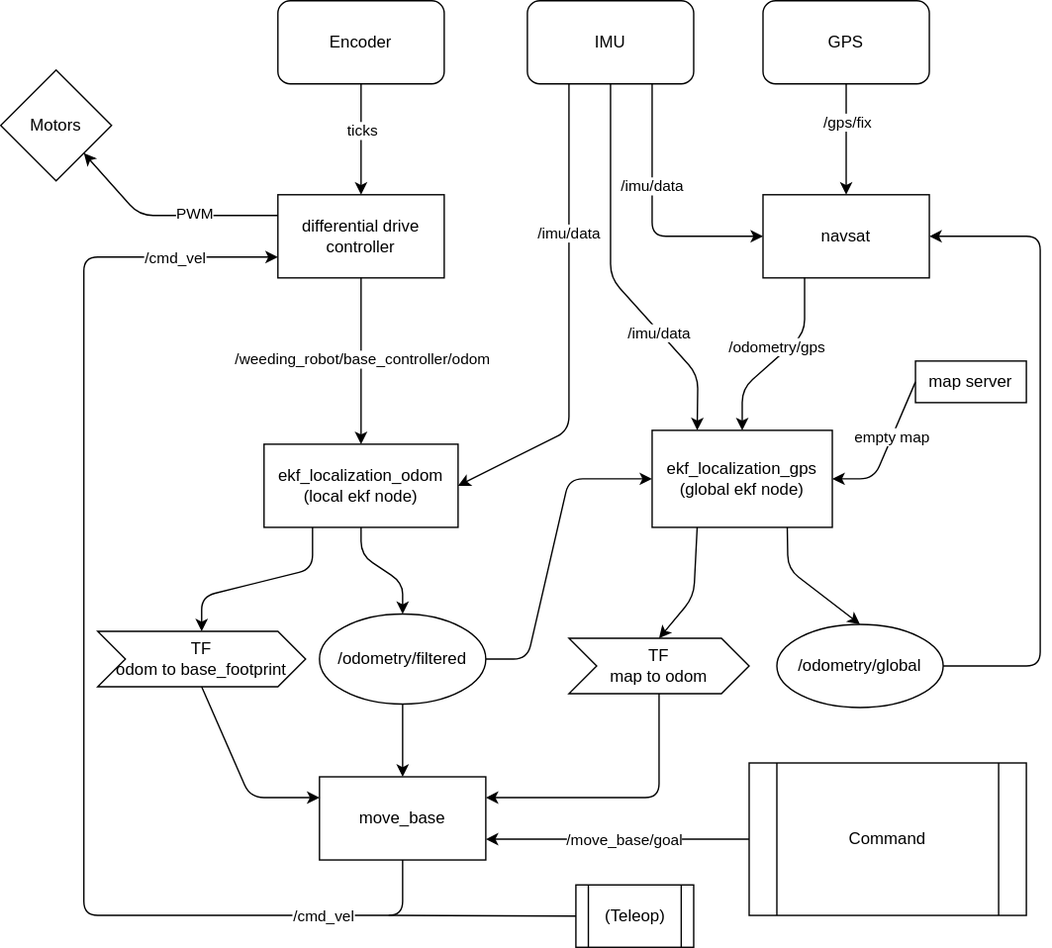
Earlier version of the draw.io export weeding_robot_description/pictures/Software_structure.svg (hank880907/weeding-robot). Source tidied: cells renumbered, new cells last; positions are measured from the earlier drawing's top-left corner, leaving out a move shared by most shapes.
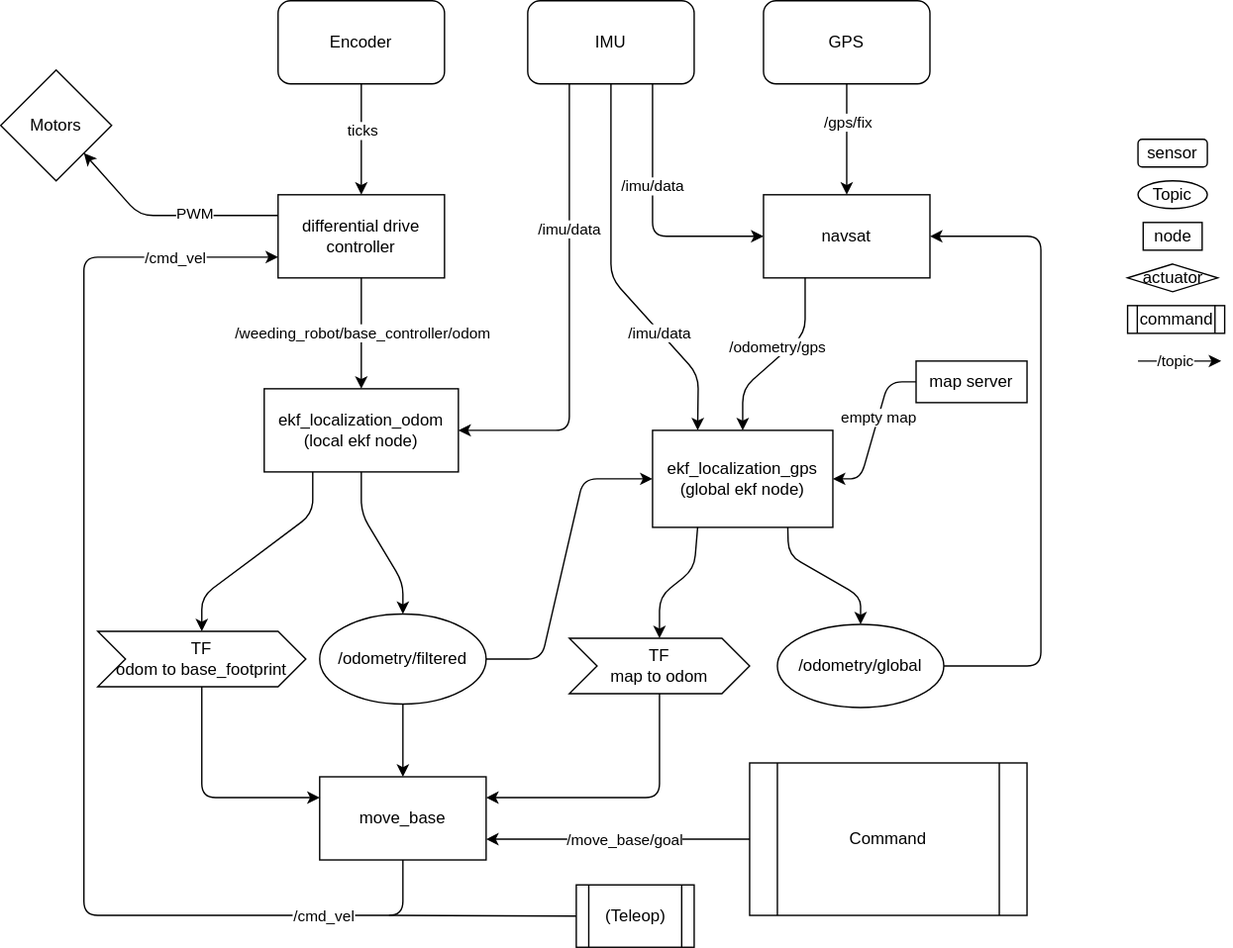
Later version of the same file.

Diff of the diagram source:
```diff
@@ -44,8 +44,8 @@
     <mxCell id="13" value="/gps/fix" style="edgeLabel;html=1;align=center;verticalAlign=middle;" parent="12" vertex="1">
       <mxGeometry x="-0.33" relative="1" as="geometry" />
     </mxCell>
-    <mxCell id="14" value="ekf_localization_odom&lt;br&gt;(local ekf node)" style="rounded=0;whiteSpace=wrap;html=1;" parent="1" vertex="1">
-      <mxGeometry x="190" y="320" width="140" height="60" as="geometry" />
+    <mxCell id="14" value="ekf_localization_odom&lt;br&gt;(local ekf node)" style="rounded=0;whiteSpace=wrap;html=1;fillColor=#FFFFFF;" parent="1" vertex="1">
+      <mxGeometry x="190" y="280" width="140" height="60" as="geometry" />
     </mxCell>
     <mxCell id="15" style="endArrow=classic;html=1;exitX=0.5;exitY=1;exitDx=0;exitDy=0;" parent="1" edge="1" source="5" target="14">
       <mxGeometry relative="1" as="geometry" />
@@ -78,7 +78,7 @@
     <mxCell id="21" style="endArrow=classic;html=1;exitX=0.5;exitY=1;exitDx=0;exitDy=0;entryX=0.5;entryY=0;entryDx=0;entryDy=0;" parent="1" edge="1" source="14" target="38">
       <mxGeometry relative="1" as="geometry">
         <Array as="points">
-          <mxPoint x="260" y="400" />
+          <mxPoint x="260" y="370" />
           <mxPoint x="290" y="420" />
         </Array>
       </mxGeometry>
@@ -89,7 +89,8 @@
     <mxCell id="23" style="endArrow=classic;html=1;exitX=0.75;exitY=1;exitDx=0;exitDy=0;entryX=0.5;entryY=0;entryDx=0;entryDy=0;" parent="1" edge="1" source="22" target="34">
       <mxGeometry relative="1" as="geometry">
         <Array as="points">
-          <mxPoint x="568" y="410" />
+          <mxPoint x="568" y="400" />
+          <mxPoint x="620" y="430" />
         </Array>
       </mxGeometry>
     </mxCell>
@@ -122,8 +123,8 @@
     <mxCell id="28" style="endArrow=classic;html=1;exitX=1;exitY=0.5;exitDx=0;exitDy=0;entryX=0;entryY=0.5;entryDx=0;entryDy=0;" parent="1" edge="1" source="38" target="22">
       <mxGeometry relative="1" as="geometry">
         <Array as="points">
-          <mxPoint x="380" y="475" />
-          <mxPoint x="410" y="345" />
+          <mxPoint x="390" y="475" />
+          <mxPoint x="420" y="345" />
         </Array>
       </mxGeometry>
     </mxCell>
@@ -153,7 +154,8 @@
     <mxCell id="35" style="endArrow=classic;html=1;exitX=0.25;exitY=1;exitDx=0;exitDy=0;entryX=0.5;entryY=0;entryDx=0;entryDy=0;" parent="1" edge="1" source="22" target="33">
       <mxGeometry relative="1" as="geometry">
         <Array as="points">
-          <mxPoint x="500" y="430" />
+          <mxPoint x="500" y="410" />
+          <mxPoint x="475" y="430" />
         </Array>
       </mxGeometry>
     </mxCell>
@@ -163,7 +165,7 @@
     <mxCell id="37" style="endArrow=classic;html=1;exitX=0.25;exitY=1;exitDx=0;exitDy=0;entryX=0.5;entryY=0;entryDx=0;entryDy=0;" parent="1" edge="1" source="14" target="36">
       <mxGeometry relative="1" as="geometry">
         <Array as="points">
-          <mxPoint x="225" y="410" />
+          <mxPoint x="225" y="370" />
           <mxPoint x="145" y="430" />
         </Array>
       </mxGeometry>
@@ -174,7 +176,7 @@
     <mxCell id="39" style="endArrow=classic;html=1;exitX=0.5;exitY=1;exitDx=0;exitDy=0;entryX=0;entryY=0.25;entryDx=0;entryDy=0;" parent="1" edge="1" source="36" target="32">
       <mxGeometry relative="1" as="geometry">
         <Array as="points">
-          <mxPoint x="180" y="575" />
+          <mxPoint x="145" y="575" />
         </Array>
       </mxGeometry>
     </mxCell>
@@ -222,7 +224,8 @@
     <mxCell id="49" style="endArrow=classic;html=1;entryX=1;entryY=0.5;entryDx=0;entryDy=0;exitX=0;exitY=0.5;exitDx=0;exitDy=0;" parent="1" edge="1" source="29" target="22">
       <mxGeometry relative="1" as="geometry">
         <Array as="points">
-          <mxPoint x="630" y="345" />
+          <mxPoint x="640" y="275" />
+          <mxPoint x="620" y="345" />
         </Array>
       </mxGeometry>
     </mxCell>
@@ -231,5 +234,29 @@
         <mxPoint y="-4.8" as="offset" />
       </mxGeometry>
     </mxCell>
+    <mxCell id="51" value="Topic" style="ellipse;whiteSpace=wrap;html=1;fillColor=#FFFFFF;" parent="1" vertex="1">
+      <mxGeometry x="820" y="130" width="50" height="20" as="geometry" />
+    </mxCell>
+    <mxCell id="52" value="node" style="rounded=0;whiteSpace=wrap;html=1;fillColor=#FFFFFF;" parent="1" vertex="1">
+      <mxGeometry x="823.8" y="160" width="42.5" height="20" as="geometry" />
+    </mxCell>
+    <mxCell id="53" value="sensor" style="rounded=1;whiteSpace=wrap;html=1;fillColor=#FFFFFF;" parent="1" vertex="1">
+      <mxGeometry x="820" y="100" width="50" height="20" as="geometry" />
+    </mxCell>
+    <mxCell id="54" value="actuator" style="rhombus;whiteSpace=wrap;html=1;fillColor=#FFFFFF;" parent="1" vertex="1">
+      <mxGeometry x="812.5" y="190" width="65" height="20" as="geometry" />
+    </mxCell>
+    <mxCell id="55" value="command" style="shape=process;whiteSpace=wrap;html=1;backgroundOutline=1;fillColor=#FFFFFF;" parent="1" vertex="1">
+      <mxGeometry x="812.5" y="220" width="70" height="20" as="geometry" />
+    </mxCell>
+    <mxCell id="56" style="endArrow=classic;html=1;" parent="1" edge="1">
+      <mxGeometry relative="1" as="geometry">
+        <mxPoint x="820" y="260" as="sourcePoint" />
+        <mxPoint x="880" y="260" as="targetPoint" />
+      </mxGeometry>
+    </mxCell>
+    <mxCell id="57" value="/topic" style="edgeLabel;html=1;align=center;verticalAlign=middle;" parent="56" vertex="1">
+      <mxGeometry x="-0.13" y="1" relative="1" as="geometry" />
+    </mxCell>
   </root>
 </mxGraphModel>
```
